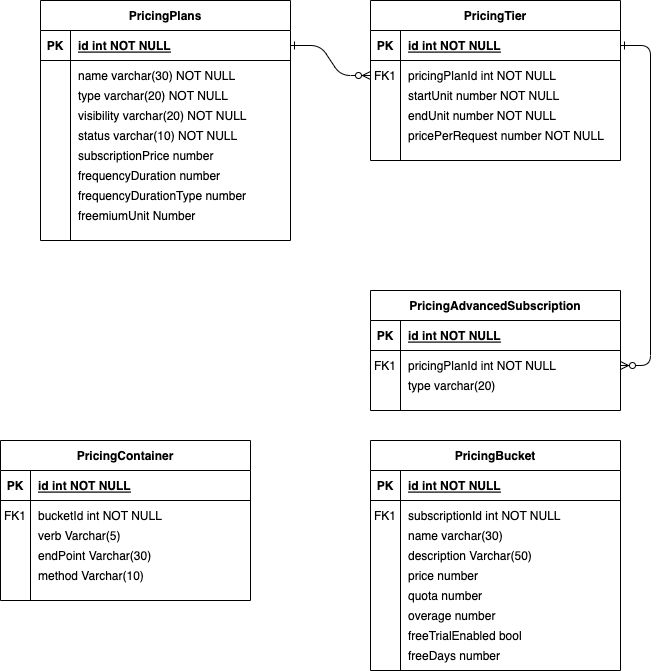
This is Untitled Diagram.drawio.png from byaton/js-practice, a draw.io export, as it was before one commit. Source tidied: cells renumbered, new cells last; positions are measured from the earlier drawing's top-left corner, leaving out a move shared by most shapes.
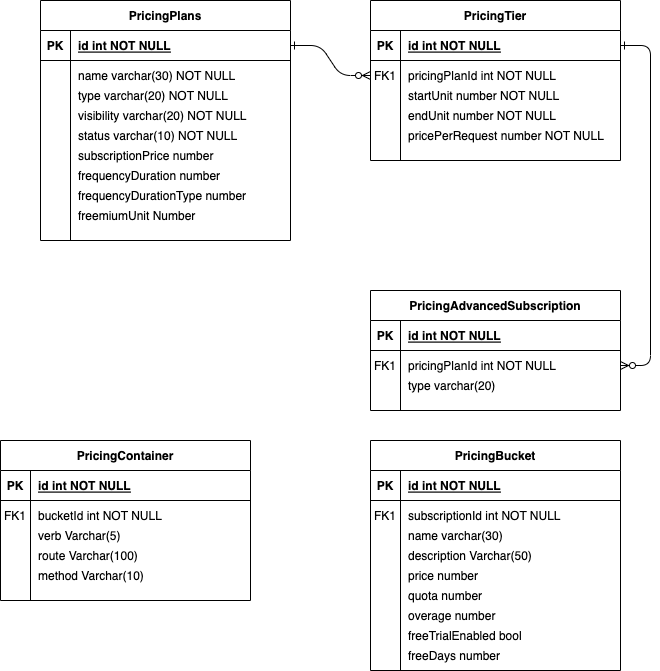
The same diagram one commit later.

What changed in the source:
```diff
@@ -185,7 +185,7 @@
     <mxCell id="62" value="bucketId int NOT NULL" style="shape=partialRectangle;overflow=hidden;fillColor=none;top=0;left=0;bottom=0;right=0;align=left;spacingLeft=6;" parent="60" vertex="1">
       <mxGeometry x="30" width="220" height="30" as="geometry" />
     </mxCell>
-    <mxCell id="63" value="endPoint Varchar(30)" style="shape=partialRectangle;overflow=hidden;fillColor=none;top=0;left=0;bottom=0;right=0;align=left;spacingLeft=6;" parent="1" vertex="1">
+    <mxCell id="63" value="route Varchar(100)" style="shape=partialRectangle;overflow=hidden;fillColor=none;top=0;left=0;bottom=0;right=0;align=left;spacingLeft=6;" parent="1" vertex="1">
       <mxGeometry x="30" y="540" width="220" height="30" as="geometry" />
     </mxCell>
     <mxCell id="64" value="verb Varchar(5)" style="shape=partialRectangle;overflow=hidden;fillColor=none;top=0;left=0;bottom=0;right=0;align=left;spacingLeft=6;" parent="1" vertex="1">
```
